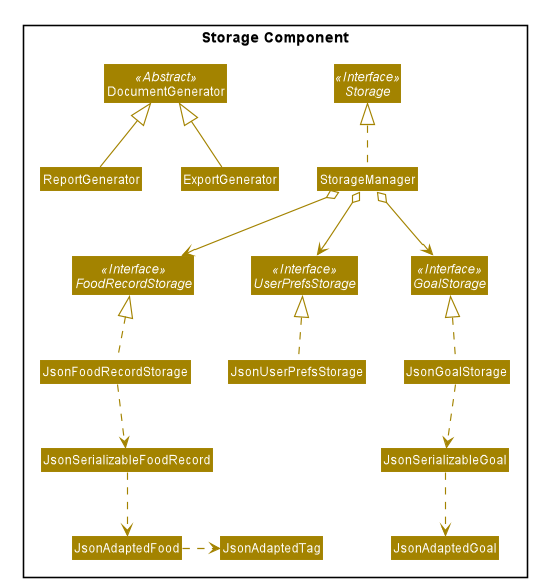
Above: images/StorageClassDiagram.png in J-Dan23/main (PlantUML), before the change. The source it was exported from:
```plantuml
@startuml








skinparam BackgroundColor #FFFFFFF

skinparam Shadowing false

skinparam Class {
    FontColor #FFFFFF
    BorderThickness 1
    BorderColor #FFFFFF
    StereotypeFontColor #FFFFFF
    FontName Arial
}

skinparam Actor {
    BorderColor #000000
    Color #000000
    FontName Arial
}

skinparam Sequence {
    MessageAlign center
    BoxFontSize 15
    BoxPadding 0
    BoxFontColor #FFFFFF
    FontName Arial
}

skinparam Participant {
    FontColor #FFFFFFF
    Padding 20
}

skinparam MinClassWidth 50
skinparam ParticipantPadding 10
skinparam Shadowing false
skinparam DefaultTextAlignment center
skinparam packageStyle Rectangle

hide footbox
hide members
hide circle
skinparam arrowThickness 1.1
skinparam arrowColor #A38300
skinparam classBackgroundColor #A38300

package "Storage Component"{
Interface Storage <<Interface>>
Interface UserPrefsStorage <<Interface>>
Interface FoodRecordStorage <<Interface>>
Interface GoalStorage <<Interface>>

Class DocumentGenerator <<Abstract>>
Class StorageManager
Class JsonUserPrefsStorage
Class JsonFoodRecordStorage
Class JsonGoalStorage
Class JsonSerializableGoal
Class JsonAdaptedGoal

Class ReportGenerator
Class ExportGenerator

DocumentGenerator <|-- ReportGenerator
DocumentGenerator <|-- ExportGenerator

StorageManager .up.|> Storage
StorageManager o--> UserPrefsStorage
StorageManager o--> FoodRecordStorage
StorageManager o--> GoalStorage

JsonGoalStorage .up.|> GoalStorage
JsonGoalStorage ..> JsonSerializableGoal
JsonSerializableGoal ..> JsonAdaptedGoal

JsonUserPrefsStorage .up.|> UserPrefsStorage
JsonFoodRecordStorage .up.|> FoodRecordStorage
JsonFoodRecordStorage .down.> JsonSerializableFoodRecord
JsonSerializableFoodRecord .down.> JsonAdaptedFood
JsonAdaptedFood .right.> JsonAdaptedTag
}
@enduml
```
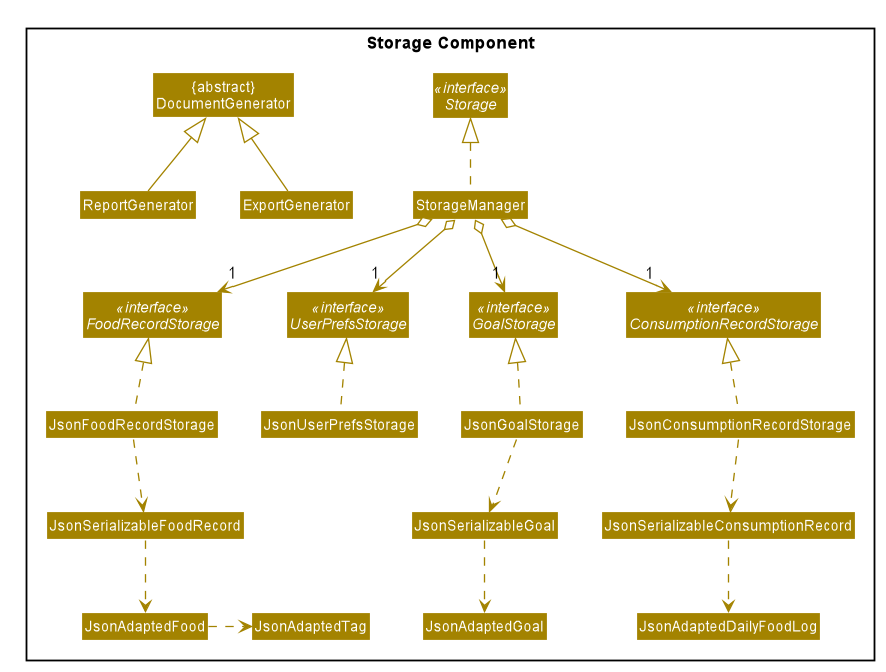
The same file after the commit.

Diff of the diagram source:
```diff
@@ -52,35 +52,47 @@
 skinparam classBackgroundColor #A38300
 
 package "Storage Component"{
-Interface Storage <<Interface>>
-Interface UserPrefsStorage <<Interface>>
-Interface FoodRecordStorage <<Interface>>
-Interface GoalStorage <<Interface>>
+Interface Storage <<interface>>
+Interface FoodRecordStorage <<interface>>
+Interface ConsumptionRecordStorage <<interface>>
+Interface UserPrefsStorage <<interface>>
+Interface GoalStorage <<interface>>
 
-Class DocumentGenerator <<Abstract>>
+Class "{abstract}\nDocumentGenerator"
+Class ReportGenerator
+Class ExportGenerator
 Class StorageManager
 Class JsonUserPrefsStorage
 Class JsonFoodRecordStorage
+Class JsonConsumptionRecordStorage
 Class JsonGoalStorage
 Class JsonSerializableGoal
+Class JsonSerializableFoodRecord
+Class JsonSerializableConsumptionRecord
+Class JsonAdaptedFood
 Class JsonAdaptedGoal
+Class JsonAdaptedTag
+Class JsonAdaptedDailyFoodLog
 
-Class ReportGenerator
-Class ExportGenerator
-
-DocumentGenerator <|-- ReportGenerator
-DocumentGenerator <|-- ExportGenerator
+"{abstract}\nDocumentGenerator" <|-- ReportGenerator
+"{abstract}\nDocumentGenerator" <|-- ExportGenerator
 
 StorageManager .up.|> Storage
-StorageManager o--> UserPrefsStorage
-StorageManager o--> FoodRecordStorage
-StorageManager o--> GoalStorage
+StorageManager o--> "1" UserPrefsStorage
+StorageManager o--> "1" ConsumptionRecordStorage
+StorageManager o--> "1" FoodRecordStorage
+StorageManager o--> "1" GoalStorage
+
+JsonConsumptionRecordStorage .up.|> ConsumptionRecordStorage
+JsonConsumptionRecordStorage .down.> JsonSerializableConsumptionRecord
+JsonSerializableConsumptionRecord .down.> JsonAdaptedDailyFoodLog
 
 JsonGoalStorage .up.|> GoalStorage
 JsonGoalStorage ..> JsonSerializableGoal
 JsonSerializableGoal ..> JsonAdaptedGoal
 
 JsonUserPrefsStorage .up.|> UserPrefsStorage
+
 JsonFoodRecordStorage .up.|> FoodRecordStorage
 JsonFoodRecordStorage .down.> JsonSerializableFoodRecord
 JsonSerializableFoodRecord .down.> JsonAdaptedFood
```
